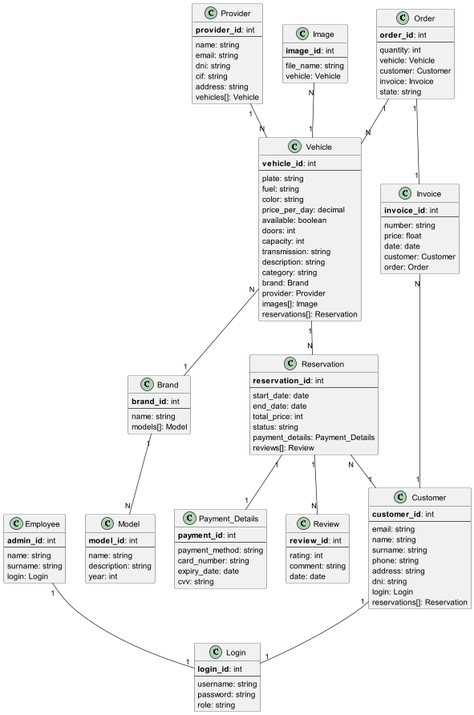
Above: docs/LegacyMotorsModel.png in andreuador/LegacyMotors3.0 (PlantUML), before the change.
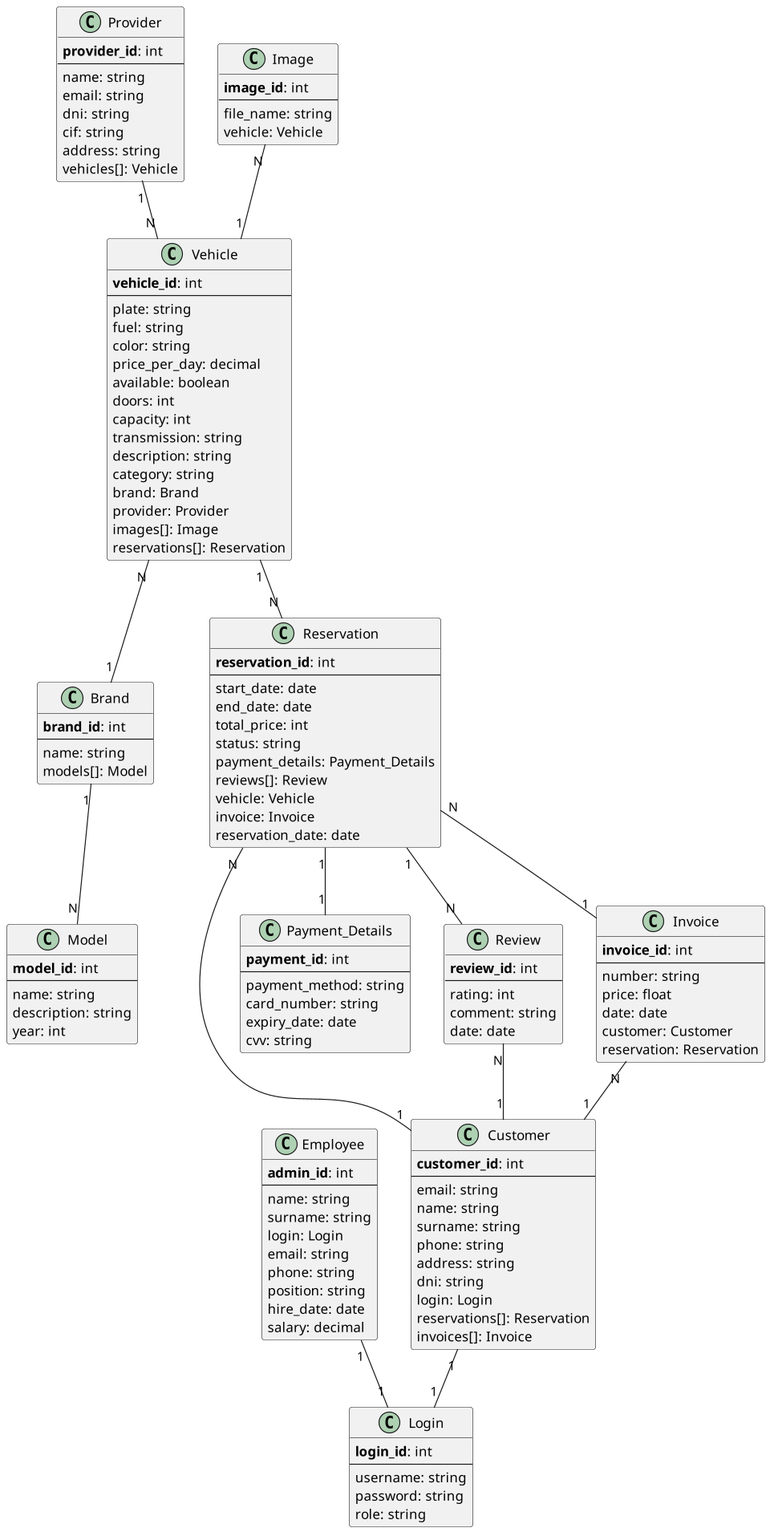
The same diagram one commit later.

Change to the diagram source:
```diff
@@ -14,6 +14,7 @@
     dni: string
     login: Login
     reservations[]: Reservation
+    invoices[]: Invoice
 }
 
 Table(Employee, employee) {
@@ -22,6 +23,11 @@
   name: string
   surname: string
   login: Login
+  email: string
+  phone: string
+  position: string
+  hire_date: date
+  salary: decimal
 }
 
 Table(Provider, provider) {
@@ -86,6 +92,9 @@
     status: string
     payment_details: Payment_Details
     reviews[]: Review
+    vehicle: Vehicle
+    invoice: Invoice
+    reservation_date: date
 }
 
 Table(Payment_Details, payment_details) {
@@ -105,16 +114,6 @@
     date: date
 }
 
-Table(Order, order) {
-    primary_key(order_id): int
-    --
-    quantity: int
-    vehicle: Vehicle
-    customer: Customer
-    invoice: Invoice
-    state: string
-}
-
 Table(Image, image) {
     primary_key(image_id): int
     --
@@ -129,7 +128,7 @@
     price: float
     date: date
     customer: Customer
-    order: Order
+    reservation: Reservation
 }
 
 Customer "1" -- "1" Login
@@ -143,7 +142,7 @@
 Vehicle "1" -- "N" Reservation
 Image "N" -- "1" Vehicle
 Invoice "N" -- "1" Customer
-Order "1" -- "N" Vehicle
-Order "1" -- "1" Invoice
+Reservation "N" -- "1" Invoice
+Review "N" -- "1" Customer
 
 @enduml
```
